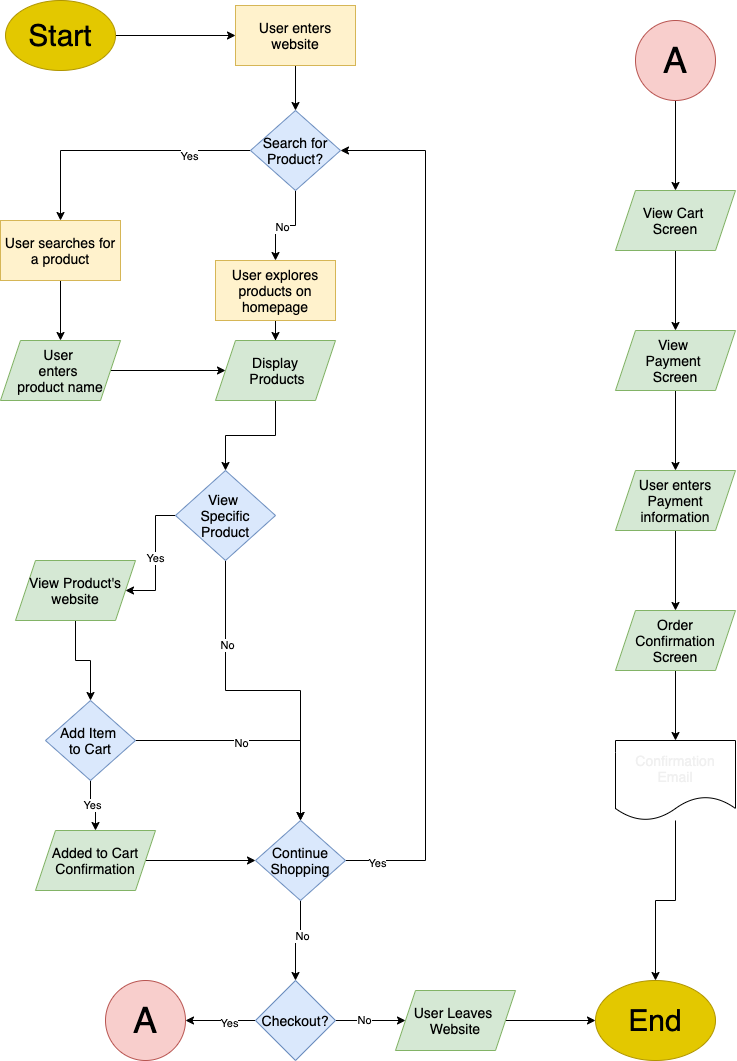
The draw.io diagram part2/part2.drawio.png in Manav-Ram19/wi21-cse110-lab4, before a commit. Source tidied: cells renumbered, new cells last; positions are measured from the earlier drawing's top-left corner, leaving out a move shared by most shapes.
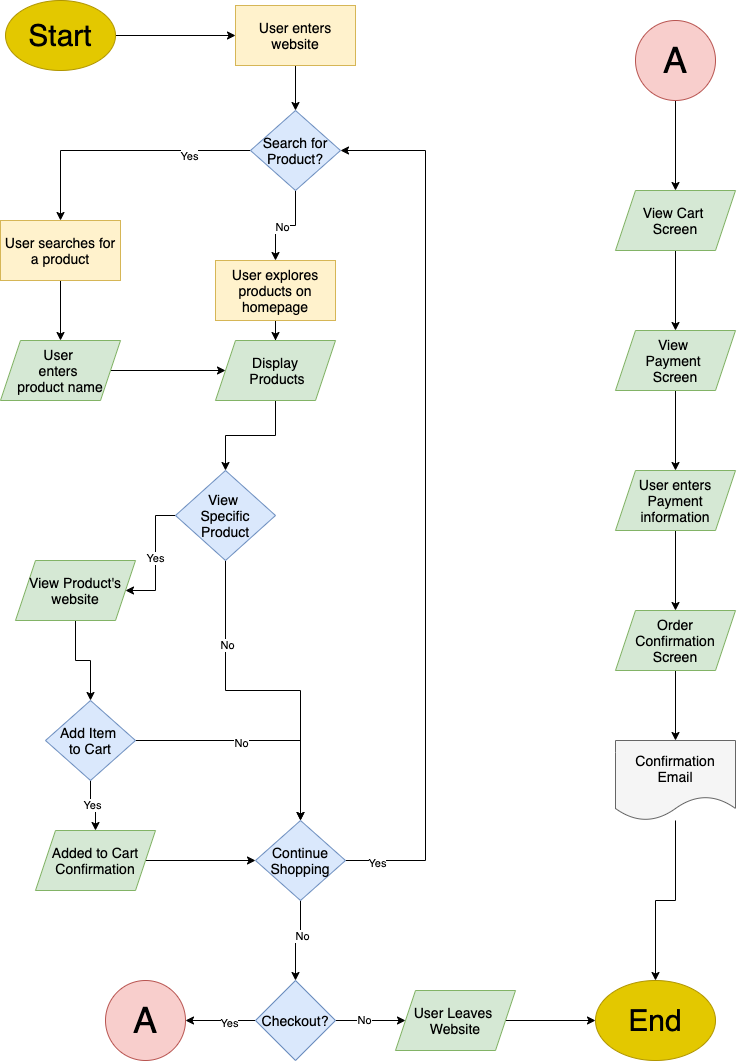
Above is the later version.

Change to the diagram source:
```diff
@@ -171,7 +171,7 @@
     <mxCell id="55" style="edgeStyle=orthogonalEdgeStyle;rounded=0;jettySize=auto;html=1;shadow=0;" parent="1" edge="1" source="56" target="43">
       <mxGeometry relative="1" as="geometry" />
     </mxCell>
-    <mxCell id="56" value="&lt;span style=&quot;font-size: 14px;&quot;&gt;Confirmation Email&lt;/span&gt;" style="shape=document;whiteSpace=wrap;html=1;boundedLbl=1;fontColor=#F0F0F0;" parent="1" vertex="1">
+    <mxCell id="56" value="&lt;span style=&quot;font-size: 14px;&quot;&gt;Confirmation Email&lt;/span&gt;" style="shape=document;whiteSpace=wrap;html=1;boundedLbl=1;fillColor=#f5f5f5;strokeColor=#666666;fontColor=#000000;" parent="1" vertex="1">
       <mxGeometry x="615" y="740" width="120" height="80" as="geometry" />
     </mxCell>
   </root>
```
